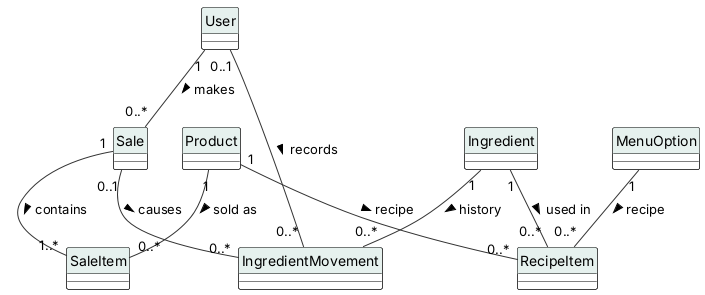
The PlantUML diagram diagrams/uml/18_class_associations.png in JmlAsync/inventory-pos-system, before a commit.
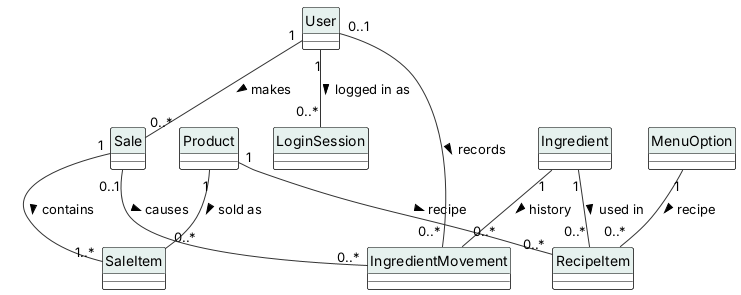
After the change.

Change to the diagram source:
```diff
@@ -45,7 +45,9 @@
 class RecipeItem
 class Ingredient
 class IngredientMovement
+class LoginSession
 User "1" -- "0..*" Sale : makes >
+User "1" -- "0..*" LoginSession : logged in as >
 Sale "1" -- "1..*" SaleItem : contains >
 Product "1" -- "0..*" SaleItem : sold as >
 Product "1" -- "0..*" RecipeItem : recipe >
```
